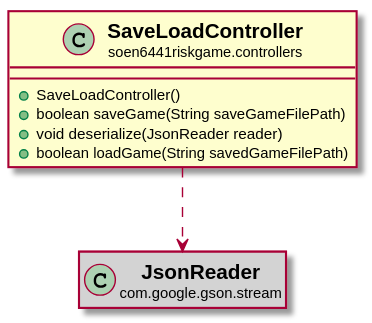
Earlier version of the PlantUML export docs/javadocs/soen6441riskgame/controllers/SaveLoadController.svg (huntertran/soen6441-riskgame).
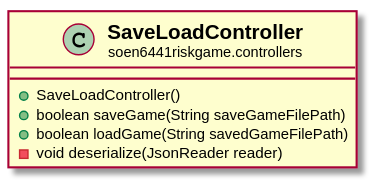
The same diagram one commit later.

The edit, as a diff of the source:
```diff
@@ -6,18 +6,11 @@
 class "<b><size:14>SaveLoadController</b>\n<size:10>soen6441riskgame.controllers" as soen6441riskgame.controllers.SaveLoadController  [[../../soen6441riskgame/controllers/SaveLoadController.html{soen6441riskgame.controllers.SaveLoadController}]] {
 +SaveLoadController()
 +boolean saveGame(String saveGameFilePath)
-+void deserialize(JsonReader reader)
 +boolean loadGame(String savedGameFilePath)
+-void deserialize(JsonReader reader)
 }
 
 
-class "<b><size:14>JsonReader</b>\n<size:10>com.google.gson.stream" as com.google.gson.stream.JsonReader  #lightgrey {
-}
-
-hide com.google.gson.stream.JsonReader fields
-hide com.google.gson.stream.JsonReader methods
-
-soen6441riskgame.controllers.SaveLoadController ..> com.google.gson.stream.JsonReader
 
 
 @enduml
```
